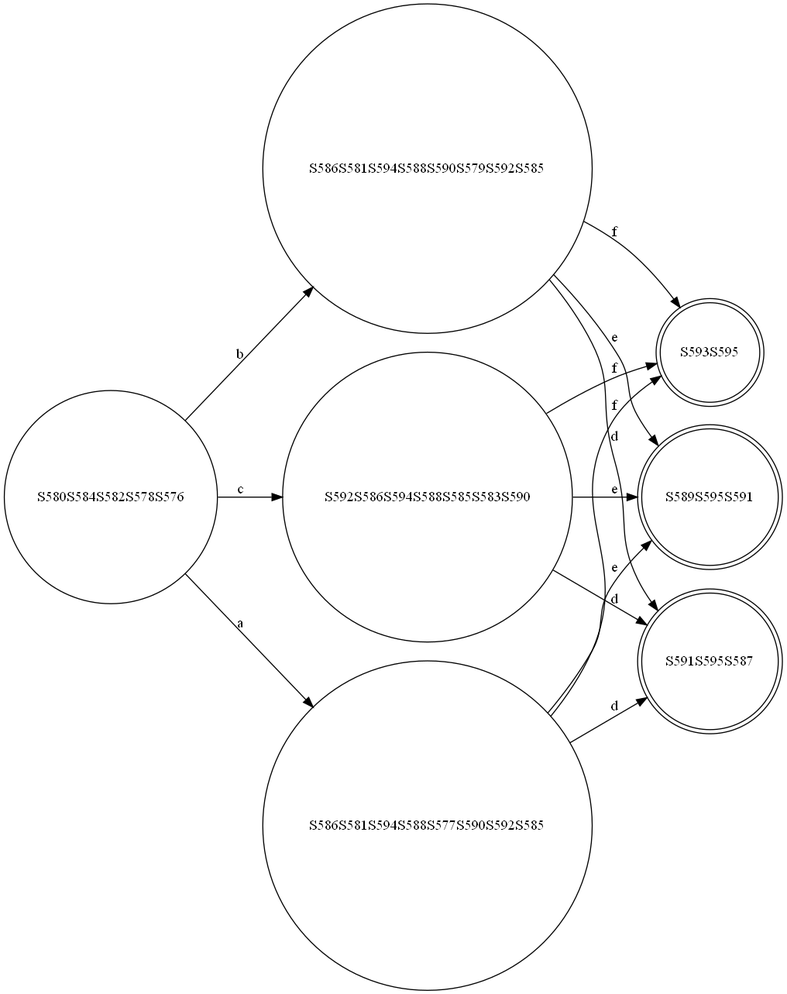
The Graphviz diagram finalCode/test-output/round-table.gv.png in abdelazizSalah/RegExp_NFA_DFA_DFAMinimization, before a commit. Its source is kept beside it as finalCode/test-output/round-table.gv.
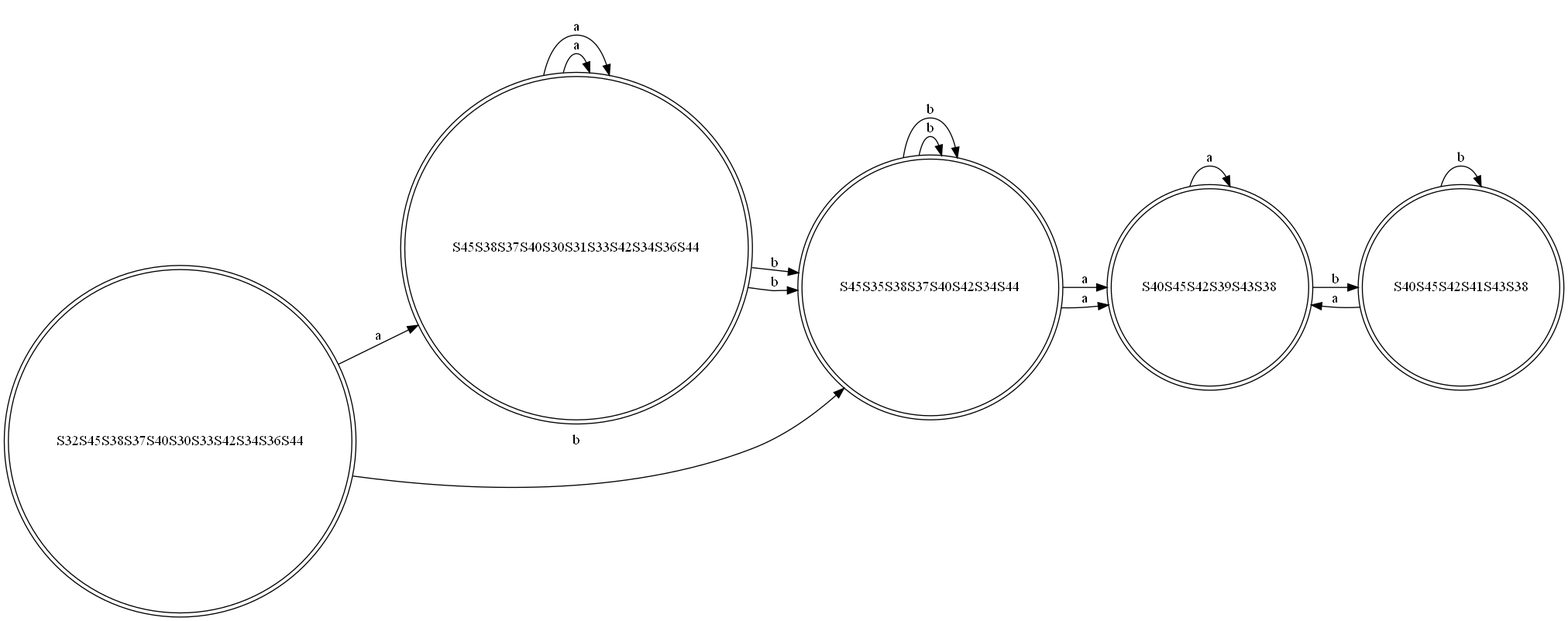
The same diagram one commit later.

What changed in the source:
```diff
@@ -1,22 +1,24 @@
 digraph {
 	graph [rankdir=LR]
-	S580S584S582S578S576 [label=S580S584S582S578S576 shape=circle]
-	S580S584S582S578S576 -> S592S586S594S588S585S583S590 [label=c]
-	S580S584S582S578S576 -> S586S581S594S588S590S579S592S585 [label=b]
-	S580S584S582S578S576 -> S586S581S594S588S577S590S592S585 [label=a]
-	S592S586S594S588S585S583S590 [label=S592S586S594S588S585S583S590 shape=circle]
-	S592S586S594S588S585S583S590 -> S593S595 [label=f]
-	S592S586S594S588S585S583S590 -> S591S595S587 [label=d]
-	S592S586S594S588S585S583S590 -> S589S595S591 [label=e]
-	S586S581S594S588S590S579S592S585 [label=S586S581S594S588S590S579S592S585 shape=circle]
-	S586S581S594S588S590S579S592S585 -> S591S595S587 [label=d]
-	S586S581S594S588S590S579S592S585 -> S589S595S591 [label=e]
-	S586S581S594S588S590S579S592S585 -> S593S595 [label=f]
-	S586S581S594S588S577S590S592S585 [label=S586S581S594S588S577S590S592S585 shape=circle]
-	S586S581S594S588S577S590S592S585 -> S591S595S587 [label=d]
-	S586S581S594S588S577S590S592S585 -> S589S595S591 [label=e]
-	S586S581S594S588S577S590S592S585 -> S593S595 [label=f]
-	S593S595 [label=S593S595 shape=doublecircle]
-	S591S595S587 [label=S591S595S587 shape=doublecircle]
-	S589S595S591 [label=S589S595S591 shape=doublecircle]
+	S32S45S38S37S40S30S33S42S34S36S44 [label=S32S45S38S37S40S30S33S42S34S36S44 shape=doublecircle]
+	S32S45S38S37S40S30S33S42S34S36S44 -> S45S38S37S40S30S31S33S42S34S36S44 [label=a]
+	S32S45S38S37S40S30S33S42S34S36S44 -> S45S35S38S37S40S42S34S44 [label=b]
+	S45S38S37S40S30S31S33S42S34S36S44 [label=S45S38S37S40S30S31S33S42S34S36S44 shape=doublecircle]
+	S45S38S37S40S30S31S33S42S34S36S44 -> S45S38S37S40S30S31S33S42S34S36S44 [label=a]
+	S45S38S37S40S30S31S33S42S34S36S44 -> S45S35S38S37S40S42S34S44 [label=b]
+	S45S35S38S37S40S42S34S44 [label=S45S35S38S37S40S42S34S44 shape=doublecircle]
+	S45S35S38S37S40S42S34S44 -> S40S45S42S39S43S38 [label=a]
+	S45S35S38S37S40S42S34S44 -> S45S35S38S37S40S42S34S44 [label=b]
+	S45S38S37S40S30S31S33S42S34S36S44 [label=S45S38S37S40S30S31S33S42S34S36S44 shape=doublecircle]
+	S45S38S37S40S30S31S33S42S34S36S44 -> S45S38S37S40S30S31S33S42S34S36S44 [label=a]
+	S45S38S37S40S30S31S33S42S34S36S44 -> S45S35S38S37S40S42S34S44 [label=b]
+	S45S35S38S37S40S42S34S44 [label=S45S35S38S37S40S42S34S44 shape=doublecircle]
+	S45S35S38S37S40S42S34S44 -> S40S45S42S39S43S38 [label=a]
+	S45S35S38S37S40S42S34S44 -> S45S35S38S37S40S42S34S44 [label=b]
+	S40S45S42S39S43S38 [label=S40S45S42S39S43S38 shape=doublecircle]
+	S40S45S42S39S43S38 -> S40S45S42S41S43S38 [label=b]
+	S40S45S42S39S43S38 -> S40S45S42S39S43S38 [label=a]
+	S40S45S42S41S43S38 [label=S40S45S42S41S43S38 shape=doublecircle]
+	S40S45S42S41S43S38 -> S40S45S42S41S43S38 [label=b]
+	S40S45S42S41S43S38 -> S40S45S42S39S43S38 [label=a]
 }
```
